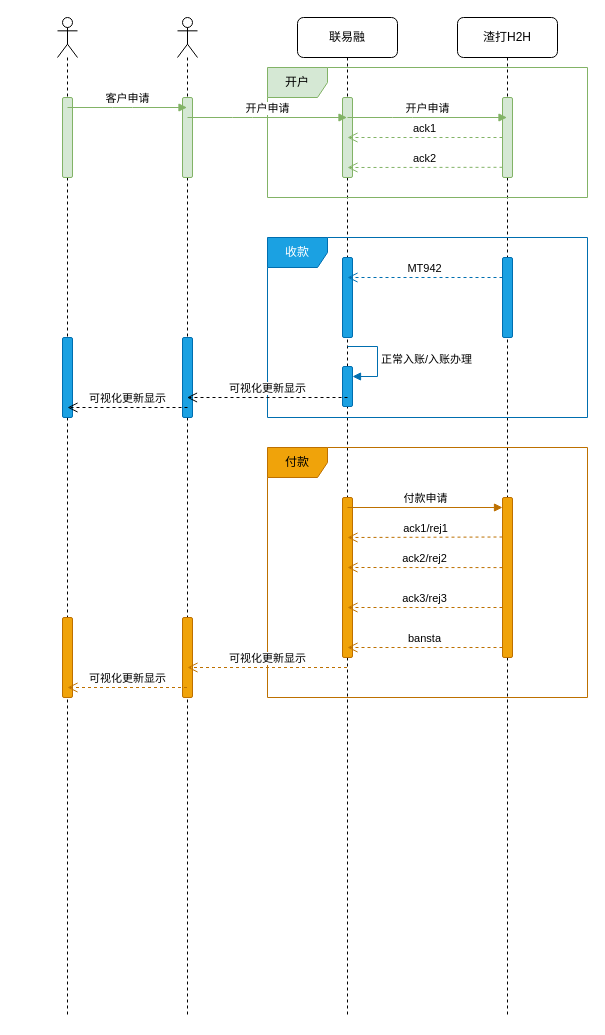
The draw.io diagram LLSI/SCB va操作流程.drawio in 0573xieguojia/To-program, before the edit. Source tidied: cells renumbered, new cells numbered last; positions are measured from the earlier drawing's top-left corner, leaving out a move shared by most shapes. Both pictures are drawn from the tidied source at 100%, with x=0, y=0 at pixel (57, 17).
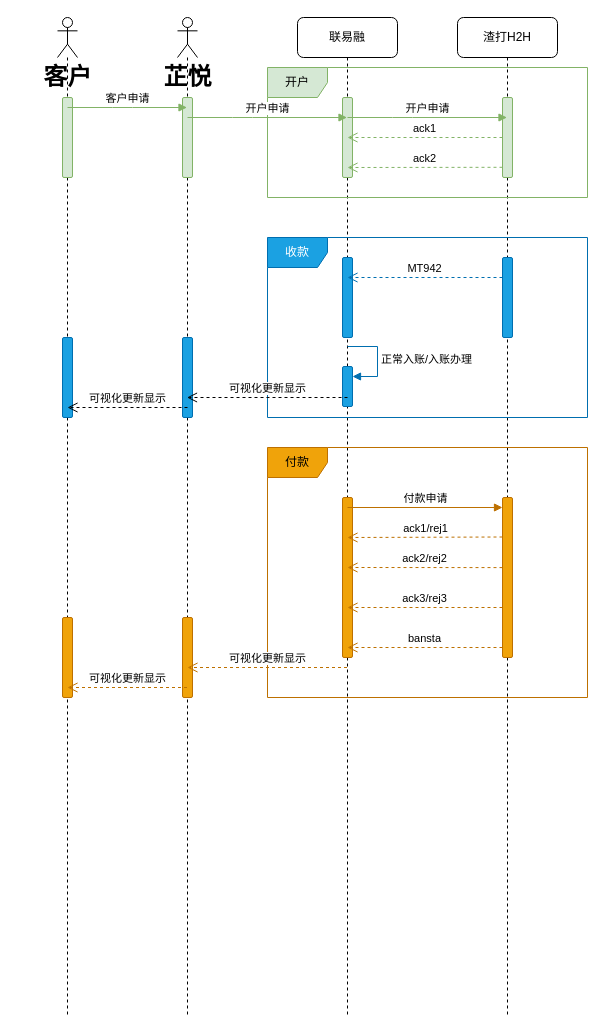
Above is the later version.

Commit message (it also covers changes not shown here):
更新SCB va操作流程.drawio

The edit, as a diff of the source:
```diff
@@
+    <mxCell id="38" value="芷悦" style="text;strokeColor=none;fillColor=none;html=1;fontSize=24;fontStyle=1;verticalAlign=middle;align=center;" parent="1" vertex="1">
+      <mxGeometry x="80" y="40" width="100" height="40" as="geometry" />
+    </mxCell>
+    <mxCell id="39" value="客户" style="text;strokeColor=none;fillColor=none;html=1;fontSize=24;fontStyle=1;verticalAlign=middle;align=center;" parent="1" vertex="1">
+      <mxGeometry x="-40" y="40" width="100" height="40" as="geometry" />
+    </mxCell>
```
